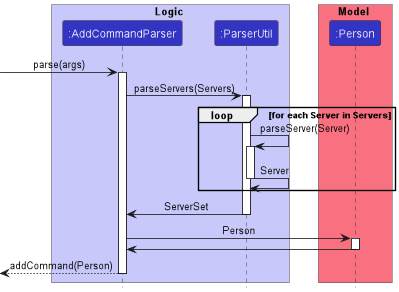
Above: docs/images/ServerRepresentationSequenceDiagram.png in nus-cs2103-AY2223S1/tp (PlantUML), before the change.
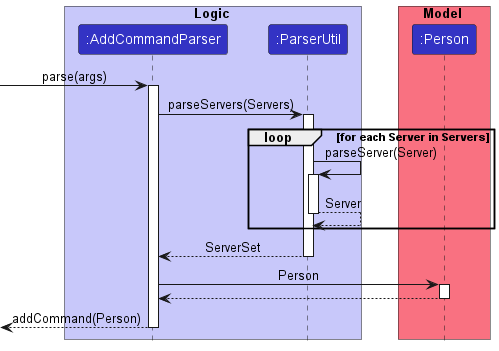
Later version of the same file.

Commit message:
Fix bugs in sequence diagram

What changed in the source:
```diff
@@ -19,15 +19,15 @@
 loop for each Server in Servers
     ParserUtil -> ParserUtil: parseServer(Server)
     activate ParserUtil
-    ParserUtil -> ParserUtil: Server
+    ParserUtil --> ParserUtil: Server
     deactivate ParserUtil
 end
-ParserUtil -> AddCommandParser: ServerSet
+ParserUtil --> AddCommandParser: ServerSet
 deactivate ParserUtil
 
 AddCommandParser -> Person: Person
 activate Person
-Person -> AddCommandParser
+Person --> AddCommandParser
 deactivate Person
 [<-- AddCommandParser: addCommand(Person)
 deactivate AddCommandParser
```
